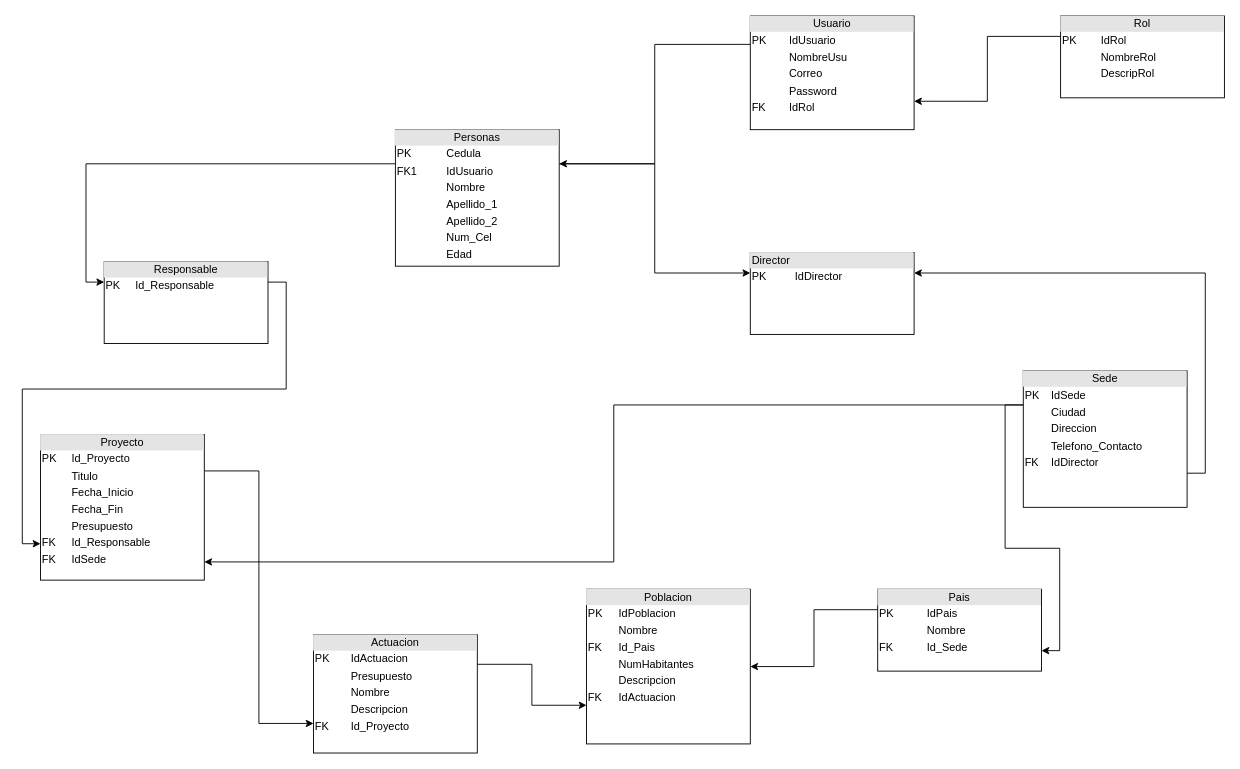
This is BD.drawio from NotJarethGG/CosasVarias, a draw.io file, before an edit. Source tidied: cells renumbered, new cells numbered last; positions are measured from the earlier drawing's top-left corner, leaving out a move shared by most shapes. Both pictures are drawn from the tidied source at 91%, with x=0, y=0 at pixel (40, 15).
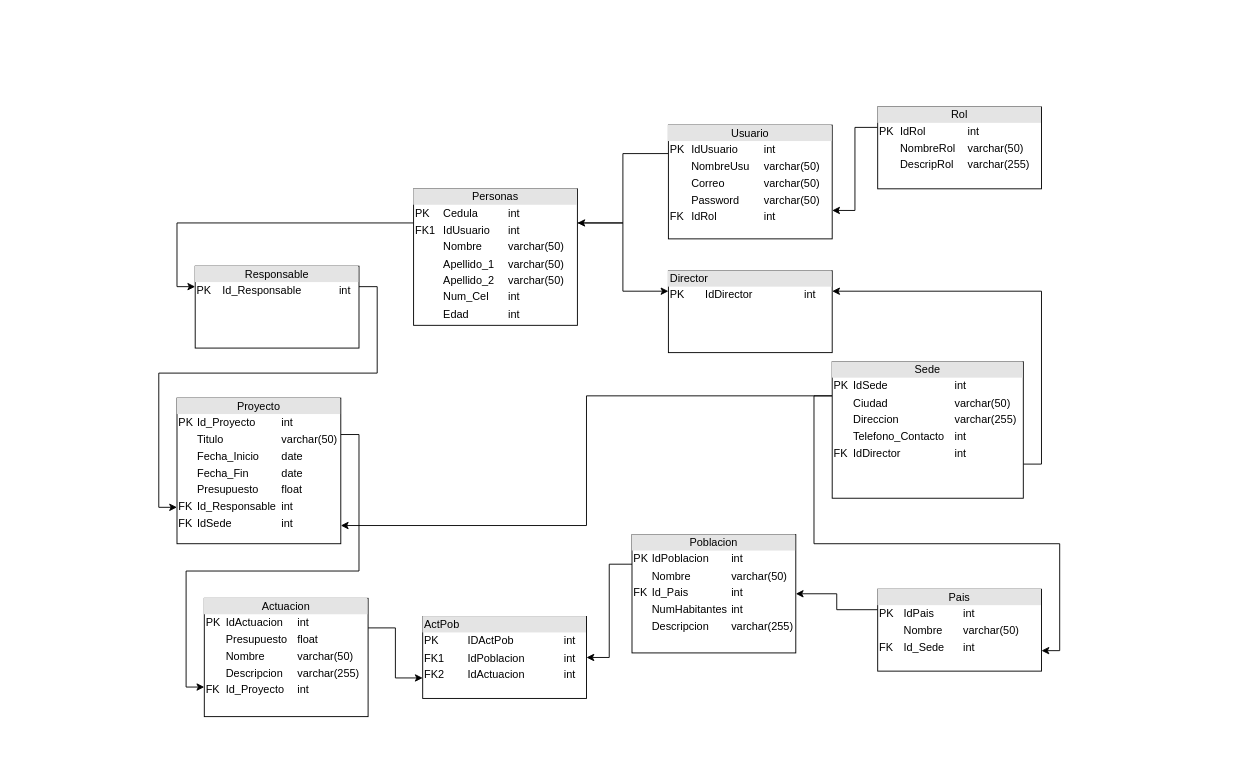
The same diagram, later.

Change to the diagram source:
```diff
@@
-    <mxCell id="4" value="&lt;div style=&quot;text-align: center; box-sizing: border-box; width: 100%; background: rgb(228, 228, 228); padding: 2px;&quot;&gt;Personas&lt;/div&gt;&lt;table style=&quot;width:100%;font-size:1em;&quot; cellpadding=&quot;2&quot; cellspacing=&quot;0&quot;&gt;&lt;tbody&gt;&lt;tr&gt;&lt;td&gt;PK&lt;/td&gt;&lt;td&gt;Cedula&lt;/td&gt;&lt;/tr&gt;&lt;tr&gt;&lt;td&gt;FK1&lt;/td&gt;&lt;td&gt;IdUsuario&lt;/td&gt;&lt;/tr&gt;&lt;tr&gt;&lt;td&gt;&lt;/td&gt;&lt;td&gt;Nombre&lt;/td&gt;&lt;/tr&gt;&lt;tr&gt;&lt;td&gt;&lt;br&gt;&lt;/td&gt;&lt;td&gt;Apellido_1&lt;/td&gt;&lt;/tr&gt;&lt;tr&gt;&lt;td&gt;&lt;br&gt;&lt;/td&gt;&lt;td&gt;Apellido_2&lt;/td&gt;&lt;/tr&gt;&lt;tr&gt;&lt;td&gt;&lt;br&gt;&lt;/td&gt;&lt;td&gt;Num_Cel&lt;/td&gt;&lt;/tr&gt;&lt;tr&gt;&lt;td&gt;&lt;br&gt;&lt;/td&gt;&lt;td&gt;Edad&lt;/td&gt;&lt;/tr&gt;&lt;/tbody&gt;&lt;/table&gt;" style="verticalAlign=top;align=left;overflow=fill;html=1;whiteSpace=wrap;" parent="1" vertex="1">
-      <mxGeometry x="390" y="125" width="180" height="150" as="geometry" />
+    <mxCell id="4" value="&lt;div style=&quot;text-align: center; box-sizing: border-box; width: 100%; background: rgb(228, 228, 228); padding: 2px;&quot;&gt;Personas&lt;/div&gt;&lt;table style=&quot;width:100%;font-size:1em;&quot; cellpadding=&quot;2&quot; cellspacing=&quot;0&quot;&gt;&lt;tbody&gt;&lt;tr&gt;&lt;td&gt;PK&lt;/td&gt;&lt;td&gt;Cedula&lt;/td&gt;&lt;td&gt;int&lt;/td&gt;&lt;/tr&gt;&lt;tr&gt;&lt;td&gt;FK1&lt;/td&gt;&lt;td&gt;IdUsuario&lt;/td&gt;&lt;td&gt;int&lt;/td&gt;&lt;/tr&gt;&lt;tr&gt;&lt;td&gt;&lt;/td&gt;&lt;td&gt;Nombre&lt;/td&gt;&lt;td&gt;varchar(50)&lt;/td&gt;&lt;/tr&gt;&lt;tr&gt;&lt;td&gt;&lt;br&gt;&lt;/td&gt;&lt;td&gt;Apellido_1&lt;/td&gt;&lt;td&gt;varchar(50)&lt;br&gt;&lt;/td&gt;&lt;/tr&gt;&lt;tr&gt;&lt;td&gt;&lt;br&gt;&lt;/td&gt;&lt;td&gt;Apellido_2&lt;/td&gt;&lt;td&gt;varchar(50)&lt;br&gt;&lt;/td&gt;&lt;/tr&gt;&lt;tr&gt;&lt;td&gt;&lt;br&gt;&lt;/td&gt;&lt;td&gt;Num_Cel&lt;/td&gt;&lt;td&gt;int&lt;/td&gt;&lt;/tr&gt;&lt;tr&gt;&lt;td&gt;&lt;br&gt;&lt;/td&gt;&lt;td&gt;Edad&lt;/td&gt;&lt;td&gt;int&lt;/td&gt;&lt;/tr&gt;&lt;/tbody&gt;&lt;/table&gt;" style="verticalAlign=top;align=left;overflow=fill;html=1;whiteSpace=wrap;" parent="1" vertex="1">
+      <mxGeometry x="410" y="190" width="180" height="150" as="geometry" />
     </mxCell>
@@
-    <mxCell id="6" value="&lt;div style=&quot;text-align: center; box-sizing: border-box; width: 100%; background: rgb(228, 228, 228); padding: 2px;&quot;&gt;Usuario&lt;/div&gt;&lt;table style=&quot;width:100%;font-size:1em;&quot; cellpadding=&quot;2&quot; cellspacing=&quot;0&quot;&gt;&lt;tbody&gt;&lt;tr&gt;&lt;td&gt;PK&lt;/td&gt;&lt;td&gt;IdUsuario&lt;/td&gt;&lt;/tr&gt;&lt;tr&gt;&lt;td&gt;&lt;br&gt;&lt;/td&gt;&lt;td&gt;NombreUsu&lt;/td&gt;&lt;/tr&gt;&lt;tr&gt;&lt;td&gt;&lt;/td&gt;&lt;td&gt;Correo&lt;/td&gt;&lt;/tr&gt;&lt;tr&gt;&lt;td&gt;&lt;br&gt;&lt;/td&gt;&lt;td&gt;Password&lt;/td&gt;&lt;/tr&gt;&lt;tr&gt;&lt;td&gt;FK&lt;/td&gt;&lt;td&gt;IdRol&lt;/td&gt;&lt;/tr&gt;&lt;/tbody&gt;&lt;/table&gt;" style="verticalAlign=top;align=left;overflow=fill;html=1;whiteSpace=wrap;" parent="1" vertex="1">
-      <mxGeometry x="780" width="180" height="125" as="geometry" />
+    <mxCell id="6" value="&lt;div style=&quot;text-align: center; box-sizing: border-box; width: 100%; background: rgb(228, 228, 228); padding: 2px;&quot;&gt;Usuario&lt;/div&gt;&lt;table style=&quot;width:100%;font-size:1em;&quot; cellpadding=&quot;2&quot; cellspacing=&quot;0&quot;&gt;&lt;tbody&gt;&lt;tr&gt;&lt;td&gt;PK&lt;/td&gt;&lt;td&gt;IdUsuario&lt;/td&gt;&lt;td&gt;int&lt;/td&gt;&lt;/tr&gt;&lt;tr&gt;&lt;td&gt;&lt;br&gt;&lt;/td&gt;&lt;td&gt;NombreUsu&lt;/td&gt;&lt;td&gt;varchar(50)&lt;br&gt;&lt;/td&gt;&lt;/tr&gt;&lt;tr&gt;&lt;td&gt;&lt;/td&gt;&lt;td&gt;Correo&lt;/td&gt;&lt;td&gt;varchar(50)&lt;br&gt;&lt;/td&gt;&lt;/tr&gt;&lt;tr&gt;&lt;td&gt;&lt;br&gt;&lt;/td&gt;&lt;td&gt;Password&lt;/td&gt;&lt;td&gt;varchar(50)&lt;br&gt;&lt;/td&gt;&lt;/tr&gt;&lt;tr&gt;&lt;td&gt;FK&lt;/td&gt;&lt;td&gt;IdRol&lt;/td&gt;&lt;td&gt;int&lt;/td&gt;&lt;/tr&gt;&lt;/tbody&gt;&lt;/table&gt;" style="verticalAlign=top;align=left;overflow=fill;html=1;whiteSpace=wrap;" parent="1" vertex="1">
+      <mxGeometry x="690" y="120" width="180" height="125" as="geometry" />
     </mxCell>
@@
-    <mxCell id="8" value="&lt;div style=&quot;text-align: center; box-sizing: border-box; width: 100%; background: rgb(228, 228, 228); padding: 2px;&quot;&gt;Rol&lt;/div&gt;&lt;table style=&quot;width:100%;font-size:1em;&quot; cellpadding=&quot;2&quot; cellspacing=&quot;0&quot;&gt;&lt;tbody&gt;&lt;tr&gt;&lt;td&gt;PK&lt;/td&gt;&lt;td&gt;IdRol&lt;/td&gt;&lt;/tr&gt;&lt;tr&gt;&lt;td&gt;&lt;br&gt;&lt;/td&gt;&lt;td&gt;NombreRol&lt;/td&gt;&lt;/tr&gt;&lt;tr&gt;&lt;td&gt;&lt;/td&gt;&lt;td&gt;DescripRol&lt;/td&gt;&lt;/tr&gt;&lt;/tbody&gt;&lt;/table&gt;" style="verticalAlign=top;align=left;overflow=fill;html=1;whiteSpace=wrap;" parent="1" vertex="1">
-      <mxGeometry x="1121" width="180" height="90" as="geometry" />
+    <mxCell id="8" value="&lt;div style=&quot;text-align: center; box-sizing: border-box; width: 100%; background: rgb(228, 228, 228); padding: 2px;&quot;&gt;Rol&lt;/div&gt;&lt;table style=&quot;width:100%;font-size:1em;&quot; cellpadding=&quot;2&quot; cellspacing=&quot;0&quot;&gt;&lt;tbody&gt;&lt;tr&gt;&lt;td&gt;PK&lt;/td&gt;&lt;td&gt;IdRol&lt;/td&gt;&lt;td&gt;int&lt;/td&gt;&lt;/tr&gt;&lt;tr&gt;&lt;td&gt;&lt;br&gt;&lt;/td&gt;&lt;td&gt;NombreRol&lt;/td&gt;&lt;td&gt;varchar(50)&lt;br&gt;&lt;/td&gt;&lt;/tr&gt;&lt;tr&gt;&lt;td&gt;&lt;/td&gt;&lt;td&gt;DescripRol&lt;/td&gt;&lt;td&gt;varchar(255)&lt;br&gt;&lt;/td&gt;&lt;/tr&gt;&lt;/tbody&gt;&lt;/table&gt;" style="verticalAlign=top;align=left;overflow=fill;html=1;whiteSpace=wrap;" parent="1" vertex="1">
+      <mxGeometry x="920" y="100" width="180" height="90" as="geometry" />
     </mxCell>
@@
-    <mxCell id="12" value="&lt;div style=&quot;text-align: center; box-sizing: border-box; width: 100%; background: rgb(228, 228, 228); padding: 2px;&quot;&gt;Sede&lt;/div&gt;&lt;table style=&quot;width:100%;font-size:1em;&quot; cellpadding=&quot;2&quot; cellspacing=&quot;0&quot;&gt;&lt;tbody&gt;&lt;tr&gt;&lt;td&gt;PK&lt;/td&gt;&lt;td&gt;IdSede&lt;/td&gt;&lt;/tr&gt;&lt;tr&gt;&lt;td&gt;&lt;br&gt;&lt;/td&gt;&lt;td&gt;Ciudad&lt;/td&gt;&lt;/tr&gt;&lt;tr&gt;&lt;td&gt;&lt;/td&gt;&lt;td&gt;Direccion&lt;/td&gt;&lt;/tr&gt;&lt;tr&gt;&lt;td&gt;&lt;br&gt;&lt;/td&gt;&lt;td&gt;Telefono_Contacto&lt;/td&gt;&lt;/tr&gt;&lt;tr&gt;&lt;td&gt;FK&lt;/td&gt;&lt;td&gt;IdDirector&lt;/td&gt;&lt;/tr&gt;&lt;/tbody&gt;&lt;/table&gt;" style="verticalAlign=top;align=left;overflow=fill;html=1;whiteSpace=wrap;" parent="1" vertex="1">
-      <mxGeometry x="1080" y="390" width="180" height="150" as="geometry" />
+    <mxCell id="12" value="&lt;div style=&quot;text-align: center; box-sizing: border-box; width: 100%; background: rgb(228, 228, 228); padding: 2px;&quot;&gt;Sede&lt;/div&gt;&lt;table style=&quot;width:100%;font-size:1em;&quot; cellpadding=&quot;2&quot; cellspacing=&quot;0&quot;&gt;&lt;tbody&gt;&lt;tr&gt;&lt;td&gt;PK&lt;/td&gt;&lt;td&gt;IdSede&lt;/td&gt;&lt;td&gt;int&lt;/td&gt;&lt;/tr&gt;&lt;tr&gt;&lt;td&gt;&lt;br&gt;&lt;/td&gt;&lt;td&gt;Ciudad&lt;/td&gt;&lt;td&gt;varchar(50)&lt;br&gt;&lt;/td&gt;&lt;/tr&gt;&lt;tr&gt;&lt;td&gt;&lt;/td&gt;&lt;td&gt;Direccion&lt;/td&gt;&lt;td&gt;varchar(255)&lt;br&gt;&lt;/td&gt;&lt;/tr&gt;&lt;tr&gt;&lt;td&gt;&lt;br&gt;&lt;/td&gt;&lt;td&gt;Telefono_Contacto&lt;/td&gt;&lt;td&gt;int&lt;/td&gt;&lt;/tr&gt;&lt;tr&gt;&lt;td&gt;FK&lt;/td&gt;&lt;td&gt;IdDirector&lt;/td&gt;&lt;td&gt;int&lt;/td&gt;&lt;/tr&gt;&lt;/tbody&gt;&lt;/table&gt;" style="verticalAlign=top;align=left;overflow=fill;html=1;whiteSpace=wrap;" parent="1" vertex="1">
+      <mxGeometry x="870" y="380" width="210" height="150" as="geometry" />
     </mxCell>
@@
-    <mxCell id="14" value="&lt;div style=&quot;text-align: center; box-sizing: border-box; width: 100%; background: rgb(228, 228, 228); padding: 2px;&quot;&gt;Pais&lt;/div&gt;&lt;table style=&quot;width:100%;font-size:1em;&quot; cellpadding=&quot;2&quot; cellspacing=&quot;0&quot;&gt;&lt;tbody&gt;&lt;tr&gt;&lt;td&gt;PK&lt;/td&gt;&lt;td&gt;IdPais&lt;/td&gt;&lt;/tr&gt;&lt;tr&gt;&lt;td&gt;&lt;br&gt;&lt;/td&gt;&lt;td&gt;Nombre&lt;/td&gt;&lt;/tr&gt;&lt;tr&gt;&lt;td&gt;FK&lt;/td&gt;&lt;td&gt;Id_Sede&lt;/td&gt;&lt;/tr&gt;&lt;/tbody&gt;&lt;/table&gt;" style="verticalAlign=top;align=left;overflow=fill;html=1;whiteSpace=wrap;" parent="1" vertex="1">
+    <mxCell id="14" value="&lt;div style=&quot;text-align: center; box-sizing: border-box; width: 100%; background: rgb(228, 228, 228); padding: 2px;&quot;&gt;Pais&lt;/div&gt;&lt;table style=&quot;width:100%;font-size:1em;&quot; cellpadding=&quot;2&quot; cellspacing=&quot;0&quot;&gt;&lt;tbody&gt;&lt;tr&gt;&lt;td&gt;PK&lt;/td&gt;&lt;td&gt;IdPais&lt;/td&gt;&lt;td&gt;int&lt;/td&gt;&lt;/tr&gt;&lt;tr&gt;&lt;td&gt;&lt;br&gt;&lt;/td&gt;&lt;td&gt;Nombre&lt;/td&gt;&lt;td&gt;varchar(50)&lt;br&gt;&lt;/td&gt;&lt;/tr&gt;&lt;tr&gt;&lt;td&gt;FK&lt;/td&gt;&lt;td&gt;Id_Sede&lt;/td&gt;&lt;td&gt;int&lt;/td&gt;&lt;/tr&gt;&lt;/tbody&gt;&lt;/table&gt;" style="verticalAlign=top;align=left;overflow=fill;html=1;whiteSpace=wrap;" parent="1" vertex="1">
       <mxGeometry x="920" y="630" width="180" height="90" as="geometry" />
     </mxCell>
@@
-    <mxCell id="16" value="&lt;div style=&quot;text-align: center; box-sizing: border-box; width: 100%; background: rgb(228, 228, 228); padding: 2px;&quot;&gt;Proyecto&lt;/div&gt;&lt;table style=&quot;width:100%;font-size:1em;&quot; cellpadding=&quot;2&quot; cellspacing=&quot;0&quot;&gt;&lt;tbody&gt;&lt;tr&gt;&lt;td&gt;PK&lt;/td&gt;&lt;td&gt;Id_Proyecto&lt;/td&gt;&lt;/tr&gt;&lt;tr&gt;&lt;td&gt;&lt;br&gt;&lt;/td&gt;&lt;td&gt;Titulo&lt;/td&gt;&lt;/tr&gt;&lt;tr&gt;&lt;td&gt;&lt;/td&gt;&lt;td&gt;Fecha_Inicio&lt;/td&gt;&lt;/tr&gt;&lt;tr&gt;&lt;td&gt;&lt;br&gt;&lt;/td&gt;&lt;td&gt;Fecha_Fin&lt;/td&gt;&lt;/tr&gt;&lt;tr&gt;&lt;td&gt;&lt;br&gt;&lt;/td&gt;&lt;td&gt;Presupuesto&lt;/td&gt;&lt;/tr&gt;&lt;tr&gt;&lt;td&gt;FK&lt;/td&gt;&lt;td&gt;Id_Responsable&lt;/td&gt;&lt;/tr&gt;&lt;tr&gt;&lt;td&gt;FK&lt;/td&gt;&lt;td&gt;IdSede&lt;/td&gt;&lt;/tr&gt;&lt;/tbody&gt;&lt;/table&gt;" style="verticalAlign=top;align=left;overflow=fill;html=1;whiteSpace=wrap;" parent="1" vertex="1">
-      <mxGeometry y="460" width="180" height="160" as="geometry" />
+    <mxCell id="16" value="&lt;div style=&quot;text-align: center; box-sizing: border-box; width: 100%; background: rgb(228, 228, 228); padding: 2px;&quot;&gt;Proyecto&lt;/div&gt;&lt;table style=&quot;width:100%;font-size:1em;&quot; cellpadding=&quot;2&quot; cellspacing=&quot;0&quot;&gt;&lt;tbody&gt;&lt;tr&gt;&lt;td&gt;PK&lt;/td&gt;&lt;td&gt;Id_Proyecto&lt;/td&gt;&lt;td&gt;int&lt;/td&gt;&lt;/tr&gt;&lt;tr&gt;&lt;td&gt;&lt;br&gt;&lt;/td&gt;&lt;td&gt;Titulo&lt;/td&gt;&lt;td&gt;varchar(50)&lt;br&gt;&lt;/td&gt;&lt;/tr&gt;&lt;tr&gt;&lt;td&gt;&lt;/td&gt;&lt;td&gt;Fecha_Inicio&lt;/td&gt;&lt;td&gt;date&lt;/td&gt;&lt;/tr&gt;&lt;tr&gt;&lt;td&gt;&lt;br&gt;&lt;/td&gt;&lt;td&gt;Fecha_Fin&lt;/td&gt;&lt;td&gt;date&lt;/td&gt;&lt;/tr&gt;&lt;tr&gt;&lt;td&gt;&lt;br&gt;&lt;/td&gt;&lt;td&gt;Presupuesto&lt;/td&gt;&lt;td&gt;float&lt;/td&gt;&lt;/tr&gt;&lt;tr&gt;&lt;td&gt;FK&lt;/td&gt;&lt;td&gt;Id_Responsable&lt;/td&gt;&lt;td&gt;int&lt;/td&gt;&lt;/tr&gt;&lt;tr&gt;&lt;td&gt;FK&lt;/td&gt;&lt;td&gt;IdSede&lt;/td&gt;&lt;td&gt;int&lt;/td&gt;&lt;/tr&gt;&lt;/tbody&gt;&lt;/table&gt;" style="verticalAlign=top;align=left;overflow=fill;html=1;whiteSpace=wrap;" parent="1" vertex="1">
+      <mxGeometry x="150" y="420" width="180" height="160" as="geometry" />
     </mxCell>
@@
-    <mxCell id="18" value="&lt;div style=&quot;text-align: center; box-sizing: border-box; width: 100%; background: rgb(228, 228, 228); padding: 2px;&quot;&gt;Responsable&lt;/div&gt;&lt;table style=&quot;width:100%;font-size:1em;&quot; cellpadding=&quot;2&quot; cellspacing=&quot;0&quot;&gt;&lt;tbody&gt;&lt;tr&gt;&lt;td&gt;PK&lt;/td&gt;&lt;td&gt;Id_Responsable&lt;/td&gt;&lt;/tr&gt;&lt;tr&gt;&lt;td&gt;&lt;br&gt;&lt;/td&gt;&lt;td&gt;&lt;br&gt;&lt;/td&gt;&lt;/tr&gt;&lt;tr&gt;&lt;td&gt;&lt;/td&gt;&lt;td&gt;&lt;br&gt;&lt;/td&gt;&lt;/tr&gt;&lt;/tbody&gt;&lt;/table&gt;" style="verticalAlign=top;align=left;overflow=fill;html=1;whiteSpace=wrap;" parent="1" vertex="1">
-      <mxGeometry x="70" y="270" width="180" height="90" as="geometry" />
+    <mxCell id="18" value="&lt;div style=&quot;text-align: center; box-sizing: border-box; width: 100%; background: rgb(228, 228, 228); padding: 2px;&quot;&gt;Responsable&lt;/div&gt;&lt;table style=&quot;width:100%;font-size:1em;&quot; cellpadding=&quot;2&quot; cellspacing=&quot;0&quot;&gt;&lt;tbody&gt;&lt;tr&gt;&lt;td&gt;PK&lt;/td&gt;&lt;td&gt;Id_Responsable&lt;/td&gt;&lt;td&gt;int&lt;/td&gt;&lt;/tr&gt;&lt;tr&gt;&lt;td&gt;&lt;br&gt;&lt;/td&gt;&lt;td&gt;&lt;br&gt;&lt;/td&gt;&lt;td&gt;&lt;br&gt;&lt;/td&gt;&lt;/tr&gt;&lt;tr&gt;&lt;td&gt;&lt;/td&gt;&lt;td&gt;&lt;br&gt;&lt;/td&gt;&lt;td&gt;&lt;br&gt;&lt;/td&gt;&lt;/tr&gt;&lt;/tbody&gt;&lt;/table&gt;" style="verticalAlign=top;align=left;overflow=fill;html=1;whiteSpace=wrap;" parent="1" vertex="1">
+      <mxGeometry x="170" y="275" width="180" height="90" as="geometry" />
     </mxCell>
-    <mxCell id="19" style="edgeStyle=orthogonalEdgeStyle;rounded=0;jettySize=auto;html=1;exitX=1;exitY=0.25;exitDx=0;exitDy=0;entryX=0;entryY=0.75;entryDx=0;entryDy=0;" parent="1" edge="1" source="20" target="21">
-      <mxGeometry relative="1" as="geometry" />
-    </mxCell>
+    <mxCell id="23" style="edgeStyle=orthogonalEdgeStyle;rounded=0;jettySize=auto;html=1;exitX=1;exitY=0.25;exitDx=0;exitDy=0;entryX=0;entryY=0.75;entryDx=0;entryDy=0;" parent="1" edge="1" source="20" target="25">
+      <mxGeometry relative="1" as="geometry" />
+    </mxCell>
-    <mxCell id="20" value="&lt;div style=&quot;text-align: center; box-sizing: border-box; width: 100%; background: rgb(228, 228, 228); padding: 2px;&quot;&gt;Actuacion&lt;/div&gt;&lt;table style=&quot;width:100%;font-size:1em;&quot; cellpadding=&quot;2&quot; cellspacing=&quot;0&quot;&gt;&lt;tbody&gt;&lt;tr&gt;&lt;td&gt;PK&lt;/td&gt;&lt;td&gt;IdActuacion&lt;/td&gt;&lt;/tr&gt;&lt;tr&gt;&lt;td&gt;&lt;br&gt;&lt;/td&gt;&lt;td&gt;Presupuesto&lt;/td&gt;&lt;/tr&gt;&lt;tr&gt;&lt;td&gt;&lt;/td&gt;&lt;td&gt;Nombre&lt;/td&gt;&lt;/tr&gt;&lt;tr&gt;&lt;td&gt;&lt;br&gt;&lt;/td&gt;&lt;td&gt;Descripcion&lt;/td&gt;&lt;/tr&gt;&lt;tr&gt;&lt;td&gt;FK&lt;/td&gt;&lt;td&gt;Id_Proyecto&lt;/td&gt;&lt;/tr&gt;&lt;/tbody&gt;&lt;/table&gt;" style="verticalAlign=top;align=left;overflow=fill;html=1;whiteSpace=wrap;" parent="1" vertex="1">
-      <mxGeometry x="300" y="680" width="180" height="130" as="geometry" />
+    <mxCell id="20" value="&lt;div style=&quot;text-align: center; box-sizing: border-box; width: 100%; background: rgb(228, 228, 228); padding: 2px;&quot;&gt;Actuacion&lt;/div&gt;&lt;table style=&quot;width:100%;font-size:1em;&quot; cellpadding=&quot;2&quot; cellspacing=&quot;0&quot;&gt;&lt;tbody&gt;&lt;tr&gt;&lt;td&gt;PK&lt;/td&gt;&lt;td&gt;IdActuacion&lt;/td&gt;&lt;td&gt;int&lt;/td&gt;&lt;/tr&gt;&lt;tr&gt;&lt;td&gt;&lt;br&gt;&lt;/td&gt;&lt;td&gt;Presupuesto&lt;/td&gt;&lt;td&gt;float&lt;/td&gt;&lt;/tr&gt;&lt;tr&gt;&lt;td&gt;&lt;/td&gt;&lt;td&gt;Nombre&lt;/td&gt;&lt;td&gt;varchar(50)&lt;br&gt;&lt;/td&gt;&lt;/tr&gt;&lt;tr&gt;&lt;td&gt;&lt;br&gt;&lt;/td&gt;&lt;td&gt;Descripcion&lt;/td&gt;&lt;td&gt;varchar(255)&lt;br&gt;&lt;/td&gt;&lt;/tr&gt;&lt;tr&gt;&lt;td&gt;FK&lt;/td&gt;&lt;td&gt;Id_Proyecto&lt;/td&gt;&lt;td&gt;int&lt;/td&gt;&lt;/tr&gt;&lt;/tbody&gt;&lt;/table&gt;" style="verticalAlign=top;align=left;overflow=fill;html=1;whiteSpace=wrap;" parent="1" vertex="1">
+      <mxGeometry x="180" y="640" width="180" height="130" as="geometry" />
     </mxCell>
+    <mxCell id="24" style="edgeStyle=orthogonalEdgeStyle;rounded=0;jettySize=auto;html=1;exitX=0;exitY=0.25;exitDx=0;exitDy=0;entryX=1;entryY=0.5;entryDx=0;entryDy=0;" parent="1" edge="1" source="21" target="25">
+      <mxGeometry relative="1" as="geometry" />
+    </mxCell>
-    <mxCell id="21" value="&lt;div style=&quot;text-align: center; box-sizing: border-box; width: 100%; background: rgb(228, 228, 228); padding: 2px;&quot;&gt;Poblacion&lt;/div&gt;&lt;table style=&quot;width:100%;font-size:1em;&quot; cellpadding=&quot;2&quot; cellspacing=&quot;0&quot;&gt;&lt;tbody&gt;&lt;tr&gt;&lt;td&gt;PK&lt;/td&gt;&lt;td&gt;IdPoblacion&lt;/td&gt;&lt;/tr&gt;&lt;tr&gt;&lt;td&gt;&lt;br&gt;&lt;/td&gt;&lt;td&gt;Nombre&lt;/td&gt;&lt;/tr&gt;&lt;tr&gt;&lt;td&gt;FK&lt;/td&gt;&lt;td&gt;Id_Pais&lt;/td&gt;&lt;/tr&gt;&lt;tr&gt;&lt;td&gt;&lt;br&gt;&lt;/td&gt;&lt;td&gt;NumHabitantes&lt;/td&gt;&lt;/tr&gt;&lt;tr&gt;&lt;td&gt;&lt;br&gt;&lt;/td&gt;&lt;td&gt;Descripcion&lt;/td&gt;&lt;/tr&gt;&lt;tr&gt;&lt;td&gt;FK&lt;/td&gt;&lt;td&gt;IdActuacion&lt;/td&gt;&lt;/tr&gt;&lt;/tbody&gt;&lt;/table&gt;" style="verticalAlign=top;align=left;overflow=fill;html=1;whiteSpace=wrap;" parent="1" vertex="1">
-      <mxGeometry x="600" y="630" width="180" height="170" as="geometry" />
+    <mxCell id="21" value="&lt;div style=&quot;text-align: center; box-sizing: border-box; width: 100%; background: rgb(228, 228, 228); padding: 2px;&quot;&gt;Poblacion&lt;/div&gt;&lt;table style=&quot;width:100%;font-size:1em;&quot; cellpadding=&quot;2&quot; cellspacing=&quot;0&quot;&gt;&lt;tbody&gt;&lt;tr&gt;&lt;td&gt;PK&lt;/td&gt;&lt;td&gt;IdPoblacion&lt;/td&gt;&lt;td&gt;int&lt;/td&gt;&lt;/tr&gt;&lt;tr&gt;&lt;td&gt;&lt;br&gt;&lt;/td&gt;&lt;td&gt;Nombre&lt;/td&gt;&lt;td&gt;varchar(50)&lt;br&gt;&lt;/td&gt;&lt;/tr&gt;&lt;tr&gt;&lt;td&gt;FK&lt;/td&gt;&lt;td&gt;Id_Pais&lt;/td&gt;&lt;td&gt;int&lt;/td&gt;&lt;/tr&gt;&lt;tr&gt;&lt;td&gt;&lt;br&gt;&lt;/td&gt;&lt;td&gt;NumHabitantes&lt;/td&gt;&lt;td&gt;int&lt;/td&gt;&lt;/tr&gt;&lt;tr&gt;&lt;td&gt;&lt;br&gt;&lt;/td&gt;&lt;td&gt;Descripcion&lt;/td&gt;&lt;td&gt;varchar(255)&lt;br&gt;&lt;/td&gt;&lt;/tr&gt;&lt;tr&gt;&lt;td&gt;&lt;br&gt;&lt;/td&gt;&lt;td&gt;&lt;/td&gt;&lt;td&gt;&lt;br&gt;&lt;/td&gt;&lt;/tr&gt;&lt;/tbody&gt;&lt;/table&gt;" style="verticalAlign=top;align=left;overflow=fill;html=1;whiteSpace=wrap;" parent="1" vertex="1">
+      <mxGeometry x="650" y="570" width="180" height="130" as="geometry" />
     </mxCell>
-    <mxCell id="22" value="&lt;div style=&quot;box-sizing:border-box;width:100%;background:#e4e4e4;padding:2px;&quot;&gt;Director&lt;/div&gt;&lt;table style=&quot;width:100%;font-size:1em;&quot; cellpadding=&quot;2&quot; cellspacing=&quot;0&quot;&gt;&lt;tbody&gt;&lt;tr&gt;&lt;td&gt;PK&lt;/td&gt;&lt;td&gt;IdDirector&lt;/td&gt;&lt;/tr&gt;&lt;tr&gt;&lt;td&gt;&lt;br&gt;&lt;/td&gt;&lt;td&gt;&lt;br&gt;&lt;/td&gt;&lt;/tr&gt;&lt;tr&gt;&lt;td&gt;&lt;/td&gt;&lt;td&gt;&lt;br&gt;&lt;/td&gt;&lt;/tr&gt;&lt;/tbody&gt;&lt;/table&gt;" style="verticalAlign=top;align=left;overflow=fill;html=1;whiteSpace=wrap;" parent="1" vertex="1">
-      <mxGeometry x="780" y="260" width="180" height="90" as="geometry" />
+    <mxCell id="22" value="&lt;div style=&quot;box-sizing:border-box;width:100%;background:#e4e4e4;padding:2px;&quot;&gt;Director&lt;/div&gt;&lt;table style=&quot;width:100%;font-size:1em;&quot; cellpadding=&quot;2&quot; cellspacing=&quot;0&quot;&gt;&lt;tbody&gt;&lt;tr&gt;&lt;td&gt;PK&lt;/td&gt;&lt;td&gt;IdDirector&lt;/td&gt;&lt;td&gt;int&lt;/td&gt;&lt;/tr&gt;&lt;tr&gt;&lt;td&gt;&lt;br&gt;&lt;/td&gt;&lt;td&gt;&lt;br&gt;&lt;/td&gt;&lt;td&gt;&lt;br&gt;&lt;/td&gt;&lt;/tr&gt;&lt;tr&gt;&lt;td&gt;&lt;/td&gt;&lt;td&gt;&lt;br&gt;&lt;/td&gt;&lt;td&gt;&lt;br&gt;&lt;/td&gt;&lt;/tr&gt;&lt;/tbody&gt;&lt;/table&gt;" style="verticalAlign=top;align=left;overflow=fill;html=1;whiteSpace=wrap;" parent="1" vertex="1">
+      <mxGeometry x="690" y="280" width="180" height="90" as="geometry" />
     </mxCell>
+    <mxCell id="25" value="&lt;div style=&quot;box-sizing:border-box;width:100%;background:#e4e4e4;padding:2px;&quot;&gt;ActPob&lt;/div&gt;&lt;table style=&quot;width:100%;font-size:1em;&quot; cellpadding=&quot;2&quot; cellspacing=&quot;0&quot;&gt;&lt;tbody&gt;&lt;tr&gt;&lt;td&gt;PK&lt;/td&gt;&lt;td&gt;&lt;br&gt;&lt;/td&gt;&lt;td&gt;IDActPob&lt;/td&gt;&lt;td&gt;int&lt;/td&gt;&lt;/tr&gt;&lt;tr&gt;&lt;td&gt;FK1&lt;/td&gt;&lt;td&gt;&lt;br&gt;&lt;/td&gt;&lt;td&gt;IdPoblacion&lt;/td&gt;&lt;td&gt;int&lt;/td&gt;&lt;/tr&gt;&lt;tr&gt;&lt;td&gt;FK2&lt;/td&gt;&lt;td&gt;&lt;br&gt;&lt;/td&gt;&lt;td&gt;IdActuacion&lt;/td&gt;&lt;td&gt;int&lt;/td&gt;&lt;/tr&gt;&lt;/tbody&gt;&lt;/table&gt;" style="verticalAlign=top;align=left;overflow=fill;html=1;whiteSpace=wrap;" parent="1" vertex="1">
+      <mxGeometry x="420" y="660" width="180" height="90" as="geometry" />
+    </mxCell>
```
